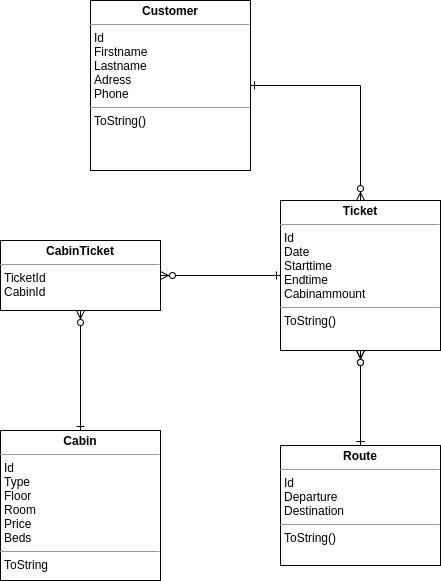
Earlier version of the draw.io export boatlineER.png (webappmet/boatline). Source tidied: cells renumbered, new cells last; positions are measured from the earlier drawing's top-left corner, leaving out a move shared by most shapes. The source it was exported from:
```xml
<mxGraphModel>
  <root>
    <mxCell id="0" />
    <mxCell id="1" parent="0" />
    <mxCell id="2" value="&lt;p style=&quot;margin: 0px ; margin-top: 4px ; text-align: center&quot;&gt;&lt;b&gt;Customer&lt;/b&gt;&lt;/p&gt;&lt;hr size=&quot;1&quot;&gt;&lt;p style=&quot;margin: 0px ; margin-left: 4px&quot;&gt;Id&lt;/p&gt;&lt;p style=&quot;margin: 0px ; margin-left: 4px&quot;&gt;Firstname&lt;/p&gt;&lt;p style=&quot;margin: 0px ; margin-left: 4px&quot;&gt;Lastname&lt;/p&gt;&lt;p style=&quot;margin: 0px ; margin-left: 4px&quot;&gt;Adress&lt;/p&gt;&lt;p style=&quot;margin: 0px ; margin-left: 4px&quot;&gt;Phone&lt;/p&gt;&lt;hr size=&quot;1&quot;&gt;&lt;p style=&quot;margin: 0px ; margin-left: 4px&quot;&gt;ToString()&lt;/p&gt;" style="verticalAlign=top;align=left;overflow=fill;fontSize=12;fontFamily=Helvetica;html=1;" parent="1" vertex="1">
      <mxGeometry x="90" width="160" height="170" as="geometry" />
    </mxCell>
    <mxCell id="3" style="edgeStyle=orthogonalEdgeStyle;rounded=0;jettySize=auto;html=1;entryX=1;entryY=0.5;entryDx=0;entryDy=0;endArrow=ERone;endFill=0;startArrow=ERzeroToMany;startFill=1;exitX=0.5;exitY=0;exitDx=0;exitDy=0;" parent="1" edge="1" source="5" target="2">
      <mxGeometry relative="1" as="geometry" />
    </mxCell>
    <mxCell id="4" style="edgeStyle=orthogonalEdgeStyle;rounded=0;jettySize=auto;html=1;startArrow=ERzeroToMany;startFill=1;endArrow=ERone;endFill=0;" parent="1" edge="1" source="5" target="8">
      <mxGeometry relative="1" as="geometry" />
    </mxCell>
    <mxCell id="5" value="&lt;p style=&quot;margin: 0px ; margin-top: 4px ; text-align: center&quot;&gt;&lt;b&gt;Ticket&lt;/b&gt;&lt;/p&gt;&lt;hr size=&quot;1&quot;&gt;&lt;p style=&quot;margin: 0px ; margin-left: 4px&quot;&gt;Id&lt;/p&gt;&lt;p style=&quot;margin: 0px ; margin-left: 4px&quot;&gt;Date&lt;/p&gt;&lt;p style=&quot;margin: 0px ; margin-left: 4px&quot;&gt;Starttime&lt;/p&gt;&lt;p style=&quot;margin: 0px ; margin-left: 4px&quot;&gt;Endtime&lt;/p&gt;&lt;p style=&quot;margin: 0px ; margin-left: 4px&quot;&gt;Cabinammount&lt;/p&gt;&lt;hr size=&quot;1&quot;&gt;&lt;p style=&quot;margin: 0px ; margin-left: 4px&quot;&gt;ToString()&lt;/p&gt;" style="verticalAlign=top;align=left;overflow=fill;fontSize=12;fontFamily=Helvetica;html=1;" parent="1" vertex="1">
      <mxGeometry x="280" y="200" width="160" height="150" as="geometry" />
    </mxCell>
    <mxCell id="6" value="&lt;p style=&quot;margin: 0px ; margin-top: 4px ; text-align: center&quot;&gt;&lt;b&gt;Cabin&lt;/b&gt;&lt;/p&gt;&lt;hr size=&quot;1&quot;&gt;&lt;p style=&quot;margin: 0px ; margin-left: 4px&quot;&gt;Id&lt;/p&gt;&lt;p style=&quot;margin: 0px ; margin-left: 4px&quot;&gt;Type&lt;/p&gt;&lt;p style=&quot;margin: 0px ; margin-left: 4px&quot;&gt;Floor&lt;/p&gt;&lt;p style=&quot;margin: 0px ; margin-left: 4px&quot;&gt;Room&lt;/p&gt;&lt;p style=&quot;margin: 0px ; margin-left: 4px&quot;&gt;Price&lt;/p&gt;&lt;p style=&quot;margin: 0px ; margin-left: 4px&quot;&gt;Beds&lt;/p&gt;&lt;hr size=&quot;1&quot;&gt;&lt;p style=&quot;margin: 0px ; margin-left: 4px&quot;&gt;ToString&lt;/p&gt;" style="verticalAlign=top;align=left;overflow=fill;fontSize=12;fontFamily=Helvetica;html=1;" parent="1" vertex="1">
      <mxGeometry y="430" width="160" height="150" as="geometry" />
    </mxCell>
    <mxCell id="7" style="edgeStyle=orthogonalEdgeStyle;rounded=0;jettySize=auto;html=1;startArrow=ERzeroToMany;startFill=1;endArrow=ERone;endFill=0;exitX=0.5;exitY=1;exitDx=0;exitDy=0;" parent="1" edge="1" source="5" target="8">
      <mxGeometry relative="1" as="geometry" />
    </mxCell>
    <mxCell id="8" value="&lt;p style=&quot;margin: 0px ; margin-top: 4px ; text-align: center&quot;&gt;&lt;b&gt;Route&lt;/b&gt;&lt;/p&gt;&lt;hr size=&quot;1&quot;&gt;&lt;p style=&quot;margin: 0px ; margin-left: 4px&quot;&gt;Id&lt;/p&gt;&lt;p style=&quot;margin: 0px ; margin-left: 4px&quot;&gt;Departure&lt;/p&gt;&lt;p style=&quot;margin: 0px ; margin-left: 4px&quot;&gt;Destination&lt;/p&gt;&lt;hr size=&quot;1&quot;&gt;&lt;p style=&quot;margin: 0px ; margin-left: 4px&quot;&gt;ToString()&lt;/p&gt;" style="verticalAlign=top;align=left;overflow=fill;fontSize=12;fontFamily=Helvetica;html=1;" parent="1" vertex="1">
      <mxGeometry x="280" y="445" width="160" height="120" as="geometry" />
    </mxCell>
    <mxCell id="9" style="edgeStyle=orthogonalEdgeStyle;rounded=0;jettySize=auto;html=1;entryX=0.5;entryY=0;entryDx=0;entryDy=0;startArrow=ERzeroToMany;startFill=1;endArrow=ERone;endFill=0;" parent="1" edge="1" source="11" target="6">
      <mxGeometry relative="1" as="geometry" />
    </mxCell>
    <mxCell id="10" style="edgeStyle=orthogonalEdgeStyle;rounded=0;jettySize=auto;html=1;entryX=0;entryY=0.5;entryDx=0;entryDy=0;startArrow=ERzeroToMany;startFill=1;endArrow=ERone;endFill=0;" parent="1" edge="1" source="11" target="5">
      <mxGeometry relative="1" as="geometry" />
    </mxCell>
    <mxCell id="11" value="&lt;p style=&quot;margin: 0px ; margin-top: 4px ; text-align: center&quot;&gt;&lt;b&gt;CabinTicket&lt;/b&gt;&lt;/p&gt;&lt;hr size=&quot;1&quot;&gt;&lt;p style=&quot;margin: 0px ; margin-left: 4px&quot;&gt;TicketId&lt;/p&gt;&lt;p style=&quot;margin: 0px ; margin-left: 4px&quot;&gt;CabinId&lt;/p&gt;" style="verticalAlign=top;align=left;overflow=fill;fontSize=12;fontFamily=Helvetica;html=1;" parent="1" vertex="1">
      <mxGeometry y="240" width="160" height="70" as="geometry" />
    </mxCell>
  </root>
</mxGraphModel>
```
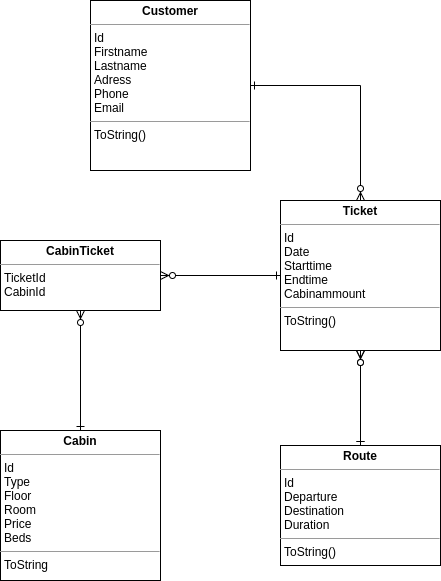
The same file after the commit.

Diff of the diagram source:
```diff
@@ -2,7 +2,7 @@
   <root>
     <mxCell id="0" />
     <mxCell id="1" parent="0" />
-    <mxCell id="2" value="&lt;p style=&quot;margin: 0px ; margin-top: 4px ; text-align: center&quot;&gt;&lt;b&gt;Customer&lt;/b&gt;&lt;/p&gt;&lt;hr size=&quot;1&quot;&gt;&lt;p style=&quot;margin: 0px ; margin-left: 4px&quot;&gt;Id&lt;/p&gt;&lt;p style=&quot;margin: 0px ; margin-left: 4px&quot;&gt;Firstname&lt;/p&gt;&lt;p style=&quot;margin: 0px ; margin-left: 4px&quot;&gt;Lastname&lt;/p&gt;&lt;p style=&quot;margin: 0px ; margin-left: 4px&quot;&gt;Adress&lt;/p&gt;&lt;p style=&quot;margin: 0px ; margin-left: 4px&quot;&gt;Phone&lt;/p&gt;&lt;hr size=&quot;1&quot;&gt;&lt;p style=&quot;margin: 0px ; margin-left: 4px&quot;&gt;ToString()&lt;/p&gt;" style="verticalAlign=top;align=left;overflow=fill;fontSize=12;fontFamily=Helvetica;html=1;" parent="1" vertex="1">
+    <mxCell id="2" value="&lt;p style=&quot;margin: 0px ; margin-top: 4px ; text-align: center&quot;&gt;&lt;b&gt;Customer&lt;/b&gt;&lt;/p&gt;&lt;hr size=&quot;1&quot;&gt;&lt;p style=&quot;margin: 0px ; margin-left: 4px&quot;&gt;Id&lt;/p&gt;&lt;p style=&quot;margin: 0px ; margin-left: 4px&quot;&gt;Firstname&lt;/p&gt;&lt;p style=&quot;margin: 0px ; margin-left: 4px&quot;&gt;Lastname&lt;/p&gt;&lt;p style=&quot;margin: 0px ; margin-left: 4px&quot;&gt;Adress&lt;/p&gt;&lt;p style=&quot;margin: 0px ; margin-left: 4px&quot;&gt;Phone&lt;/p&gt;&lt;p style=&quot;margin: 0px ; margin-left: 4px&quot;&gt;Email&lt;/p&gt;&lt;hr size=&quot;1&quot;&gt;&lt;p style=&quot;margin: 0px ; margin-left: 4px&quot;&gt;ToString()&lt;/p&gt;" style="verticalAlign=top;align=left;overflow=fill;fontSize=12;fontFamily=Helvetica;html=1;" parent="1" vertex="1">
       <mxGeometry x="90" width="160" height="170" as="geometry" />
     </mxCell>
     <mxCell id="3" style="edgeStyle=orthogonalEdgeStyle;rounded=0;jettySize=auto;html=1;entryX=1;entryY=0.5;entryDx=0;entryDy=0;endArrow=ERone;endFill=0;startArrow=ERzeroToMany;startFill=1;exitX=0.5;exitY=0;exitDx=0;exitDy=0;" parent="1" edge="1" source="5" target="2">
@@ -20,7 +20,7 @@
     <mxCell id="7" style="edgeStyle=orthogonalEdgeStyle;rounded=0;jettySize=auto;html=1;startArrow=ERzeroToMany;startFill=1;endArrow=ERone;endFill=0;exitX=0.5;exitY=1;exitDx=0;exitDy=0;" parent="1" edge="1" source="5" target="8">
       <mxGeometry relative="1" as="geometry" />
     </mxCell>
-    <mxCell id="8" value="&lt;p style=&quot;margin: 0px ; margin-top: 4px ; text-align: center&quot;&gt;&lt;b&gt;Route&lt;/b&gt;&lt;/p&gt;&lt;hr size=&quot;1&quot;&gt;&lt;p style=&quot;margin: 0px ; margin-left: 4px&quot;&gt;Id&lt;/p&gt;&lt;p style=&quot;margin: 0px ; margin-left: 4px&quot;&gt;Departure&lt;/p&gt;&lt;p style=&quot;margin: 0px ; margin-left: 4px&quot;&gt;Destination&lt;/p&gt;&lt;hr size=&quot;1&quot;&gt;&lt;p style=&quot;margin: 0px ; margin-left: 4px&quot;&gt;ToString()&lt;/p&gt;" style="verticalAlign=top;align=left;overflow=fill;fontSize=12;fontFamily=Helvetica;html=1;" parent="1" vertex="1">
+    <mxCell id="8" value="&lt;p style=&quot;margin: 0px ; margin-top: 4px ; text-align: center&quot;&gt;&lt;b&gt;Route&lt;/b&gt;&lt;/p&gt;&lt;hr size=&quot;1&quot;&gt;&lt;p style=&quot;margin: 0px ; margin-left: 4px&quot;&gt;Id&lt;/p&gt;&lt;p style=&quot;margin: 0px ; margin-left: 4px&quot;&gt;Departure&lt;/p&gt;&lt;p style=&quot;margin: 0px ; margin-left: 4px&quot;&gt;Destination&lt;/p&gt;&lt;p style=&quot;margin: 0px ; margin-left: 4px&quot;&gt;Duration&lt;/p&gt;&lt;hr size=&quot;1&quot;&gt;&lt;p style=&quot;margin: 0px ; margin-left: 4px&quot;&gt;ToString()&lt;/p&gt;" style="verticalAlign=top;align=left;overflow=fill;fontSize=12;fontFamily=Helvetica;html=1;" parent="1" vertex="1">
       <mxGeometry x="280" y="445" width="160" height="120" as="geometry" />
     </mxCell>
     <mxCell id="9" style="edgeStyle=orthogonalEdgeStyle;rounded=0;jettySize=auto;html=1;entryX=0.5;entryY=0;entryDx=0;entryDy=0;startArrow=ERzeroToMany;startFill=1;endArrow=ERone;endFill=0;" parent="1" edge="1" source="11" target="6">
```
